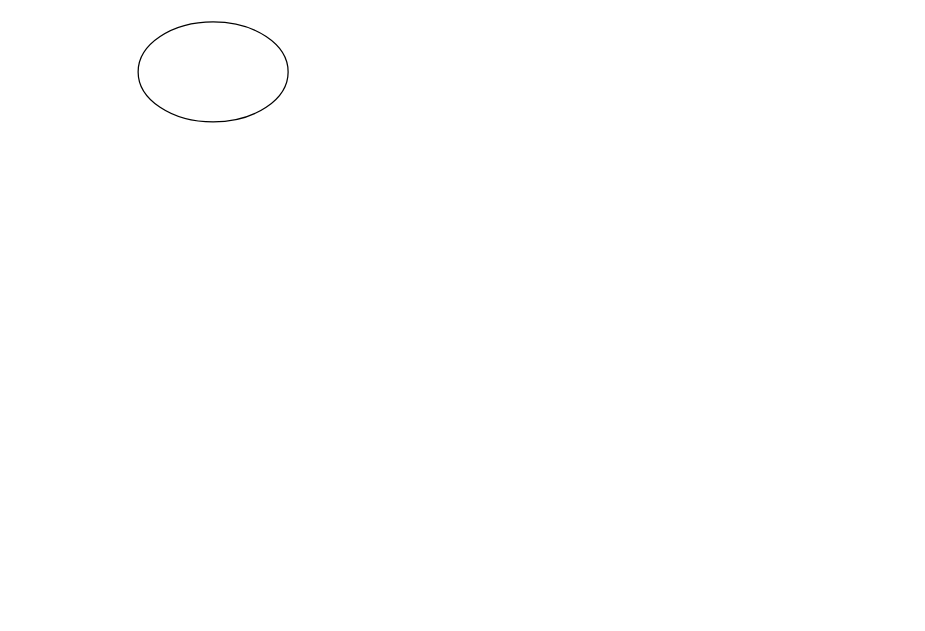
The draw.io diagram Lesson01/Homework01-4/схема.drawio in SergeyMlkn/Homework, before the edit. Source tidied: cells renumbered, new cells numbered last; positions are measured from the earlier drawing's top-left corner, leaving out a move shared by most shapes. Both pictures are drawn from the tidied source at 125%, with x=0, y=0 at pixel (138, 21).
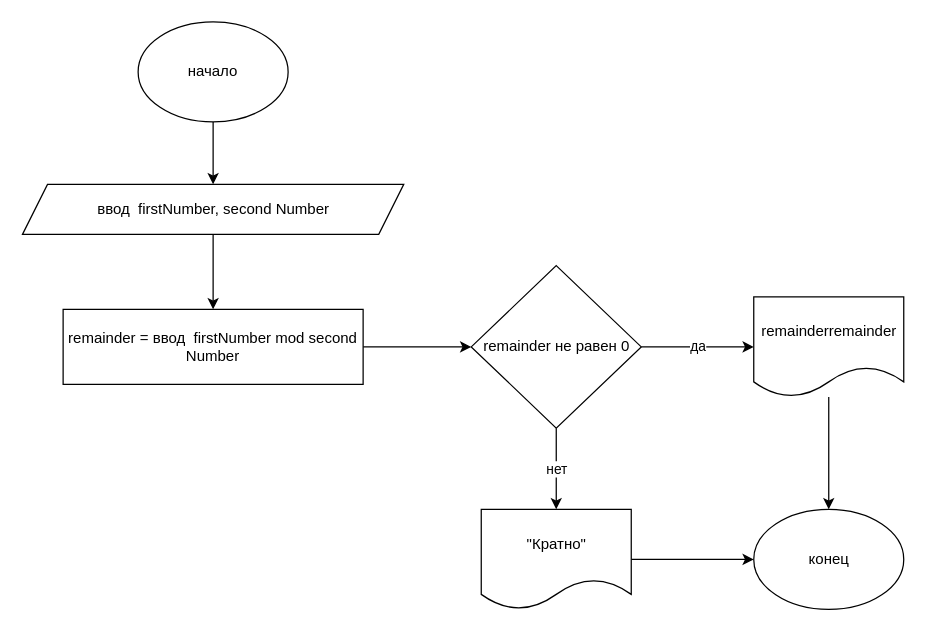
Above is the later version.

Commit message:
добавлена блок-схема

What changed in the source:
```diff
@@
 <mxGraphModel>
   <root>
     <mxCell id="0" />
     <mxCell id="1" parent="0" />
+    <mxCell id="3" style="edgeStyle=none;html=1;" parent="1" edge="1" source="2" target="5">
+      <mxGeometry relative="1" as="geometry" />
+    </mxCell>
-    <mxCell id="2" style="ellipse;whiteSpace=wrap;html=1;" parent="1" vertex="1">
+    <mxCell id="2" value="начало" style="ellipse;whiteSpace=wrap;html=1;" parent="1" vertex="1">
       <mxGeometry width="120" height="80" as="geometry" />
     </mxCell>
+    <mxCell id="4" style="edgeStyle=none;html=1;" parent="1" edge="1" source="5" target="7">
+      <mxGeometry relative="1" as="geometry" />
+    </mxCell>
+    <mxCell id="5" value="ввод&amp;nbsp; firstNumber, second Number" style="shape=parallelogram;perimeter=parallelogramPerimeter;whiteSpace=wrap;html=1;fixedSize=1;" parent="1" vertex="1">
+      <mxGeometry x="-92.5" y="130" width="305" height="40" as="geometry" />
+    </mxCell>
+    <mxCell id="6" style="edgeStyle=none;html=1;" parent="1" edge="1" source="7" target="10">
+      <mxGeometry relative="1" as="geometry" />
+    </mxCell>
+    <mxCell id="7" value="remainder = ввод&amp;nbsp; firstNumber mod second Number" style="rounded=0;whiteSpace=wrap;html=1;" parent="1" vertex="1">
+      <mxGeometry x="-60" y="230" width="240" height="60" as="geometry" />
+    </mxCell>
+    <mxCell id="8" value="да" style="edgeStyle=none;html=1;" parent="1" edge="1" source="10" target="12">
+      <mxGeometry relative="1" as="geometry" />
+    </mxCell>
+    <mxCell id="9" value="нет" style="edgeStyle=none;html=1;exitX=0.5;exitY=1;exitDx=0;exitDy=0;" parent="1" edge="1" source="10" target="14">
+      <mxGeometry relative="1" as="geometry" />
+    </mxCell>
+    <mxCell id="10" value="&lt;span&gt;remainder не равен 0&lt;/span&gt;" style="rhombus;whiteSpace=wrap;html=1;" parent="1" vertex="1">
+      <mxGeometry x="266.5" y="195" width="136" height="130" as="geometry" />
+    </mxCell>
+    <mxCell id="11" style="edgeStyle=none;html=1;" parent="1" edge="1" source="12" target="15">
+      <mxGeometry relative="1" as="geometry" />
+    </mxCell>
+    <mxCell id="12" value="&lt;span&gt;remainder&lt;/span&gt;&lt;span&gt;remainder&lt;/span&gt;" style="shape=document;whiteSpace=wrap;html=1;boundedLbl=1;" parent="1" vertex="1">
+      <mxGeometry x="492.5" y="220" width="120" height="80" as="geometry" />
+    </mxCell>
+    <mxCell id="13" style="edgeStyle=none;html=1;" parent="1" edge="1" source="14" target="15">
+      <mxGeometry relative="1" as="geometry" />
+    </mxCell>
+    <mxCell id="14" value="&quot;Кратно&quot;" style="shape=document;whiteSpace=wrap;html=1;boundedLbl=1;" parent="1" vertex="1">
+      <mxGeometry x="274.5" y="390" width="120" height="80" as="geometry" />
+    </mxCell>
+    <mxCell id="15" value="конец" style="ellipse;whiteSpace=wrap;html=1;" parent="1" vertex="1">
+      <mxGeometry x="492.5" y="390" width="120" height="80" as="geometry" />
+    </mxCell>
   </root>
 </mxGraphModel>
```
